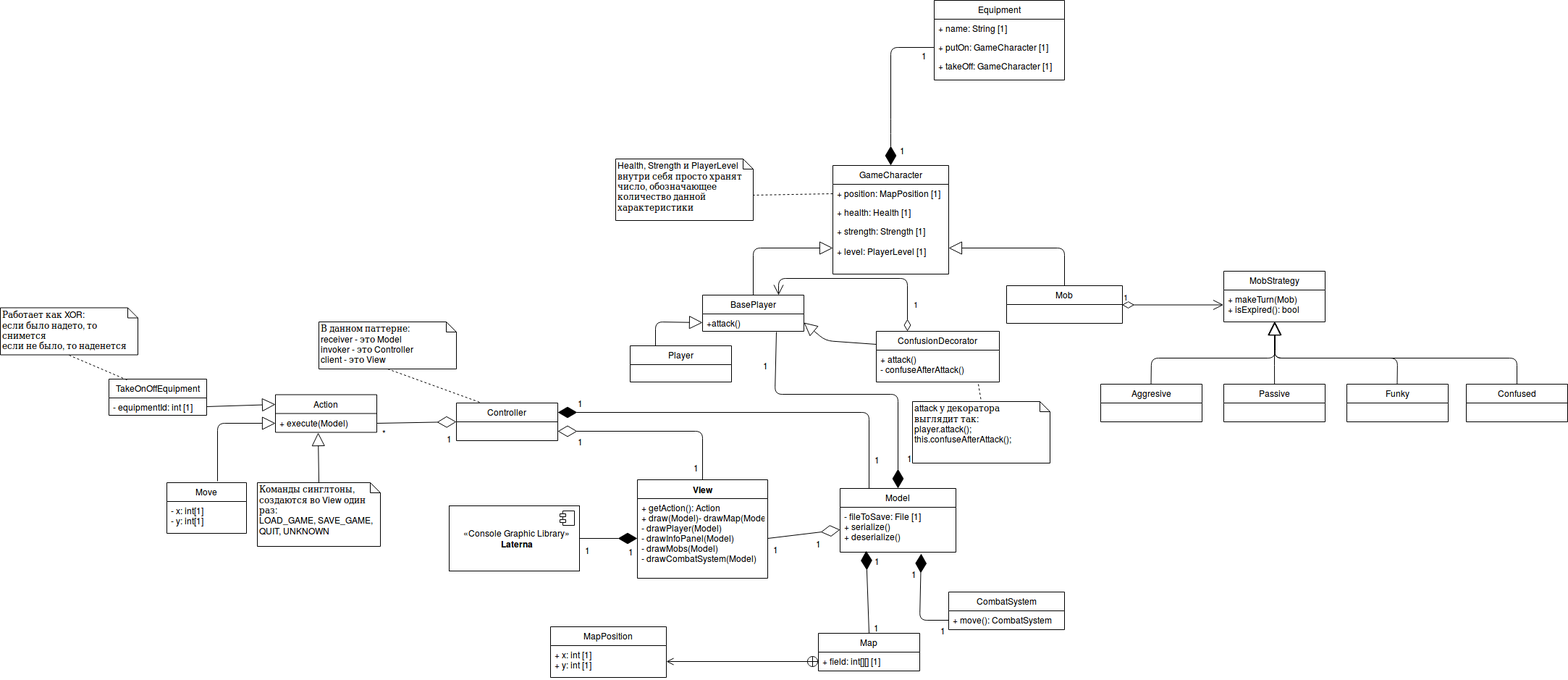
Earlier version of the draw.io export hw06/ClassDiagram.png (RamSaw/SoftwareDesign). Source tidied: cells renumbered, new cells last; positions are measured from the earlier drawing's top-left corner, leaving out a move shared by most shapes.
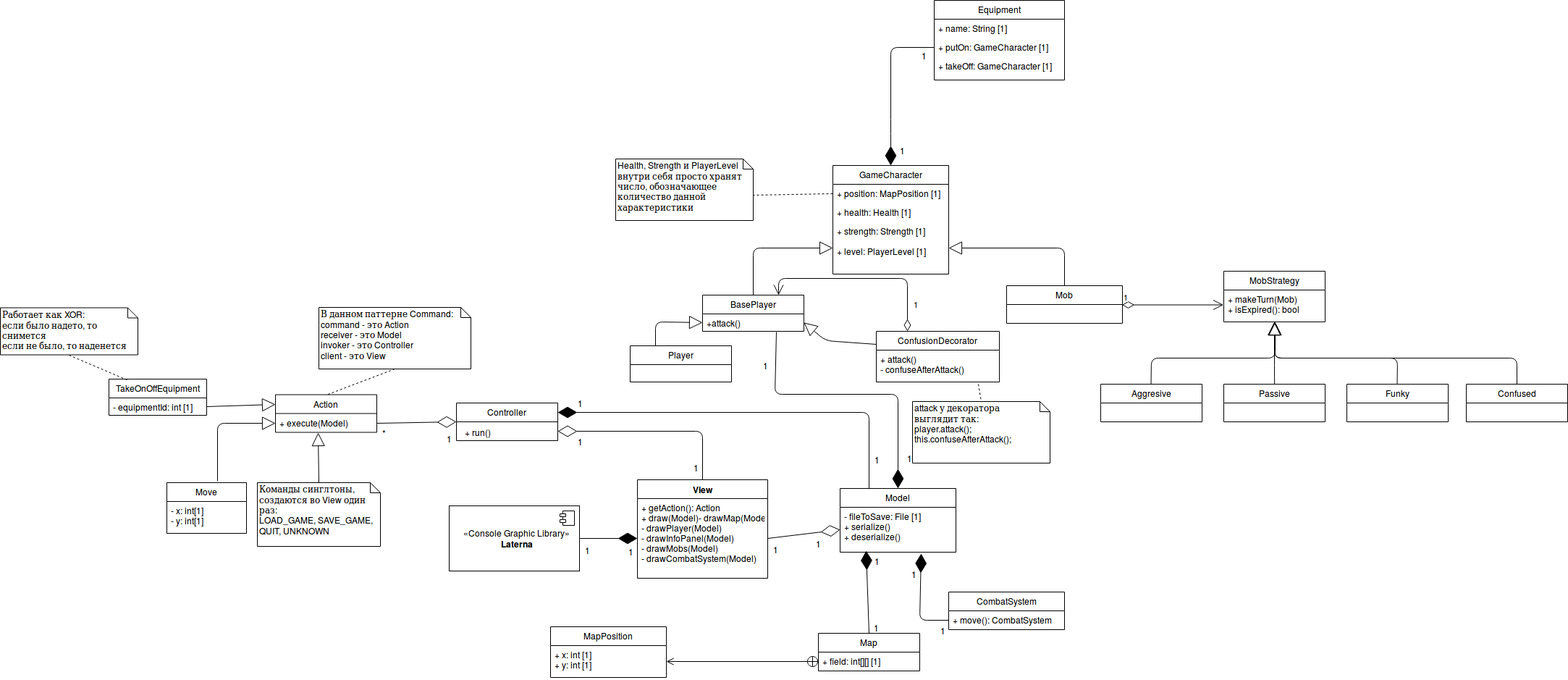
Later version of the same file.

Diff of the diagram source:
```diff
@@ -331,10 +331,10 @@
     <mxCell id="75" value="+ execute(Model)" style="text;strokeColor=none;fillColor=none;align=left;verticalAlign=top;spacingLeft=4;spacingRight=4;overflow=hidden;points=[[0,0.5],[1,0.5]];portConstraint=eastwest;" parent="74" vertex="1">
       <mxGeometry y="26" width="140" height="26" as="geometry" />
     </mxCell>
-    <mxCell id="76" value="В данном паттерне:&lt;div&gt;receiver - это Model&lt;/div&gt;&lt;div&gt;invoker - это Controller&lt;/div&gt;&lt;div&gt;client - это View&lt;br&gt;&lt;/div&gt;" style="shape=note;whiteSpace=wrap;html=1;size=14;verticalAlign=top;align=left;spacingTop=-6;" parent="1" vertex="1">
-      <mxGeometry x="440" y="444" width="190" height="65" as="geometry" />
+    <mxCell id="76" value="&lt;div&gt;В данном паттерне Command:&lt;/div&gt;&lt;div&gt;command - это Action&lt;br&gt;&lt;/div&gt;&lt;div&gt;receiver - это Model&lt;/div&gt;&lt;div&gt;invoker - это Controller&lt;/div&gt;&lt;div&gt;client - это View&lt;br&gt;&lt;/div&gt;" style="shape=note;whiteSpace=wrap;html=1;size=14;verticalAlign=top;align=left;spacingTop=-6;" parent="1" vertex="1">
+      <mxGeometry x="440" y="424" width="210" height="85" as="geometry" />
     </mxCell>
-    <mxCell id="77" style="endArrow=none;dashed=1;html=1;entryX=0.25;entryY=0;entryDx=0;entryDy=0;exitX=0.5;exitY=1;exitDx=0;exitDy=0;exitPerimeter=0;" parent="1" edge="1" source="76" target="47">
+    <mxCell id="77" style="endArrow=none;dashed=1;html=1;entryX=0.5;entryY=0;entryDx=0;entryDy=0;exitX=0.5;exitY=1;exitDx=0;exitDy=0;exitPerimeter=0;" parent="1" edge="1" source="76" target="74">
       <mxGeometry relative="1" as="geometry" />
     </mxCell>
     <mxCell id="78" style="endArrow=block;endSize=16;endFill=0;html=1;entryX=0;entryY=0.5;entryDx=0;entryDy=0;" parent="1" edge="1" target="75">
@@ -385,5 +385,8 @@
     <mxCell id="90" style="endArrow=none;dashed=1;html=1;entryX=0.2;entryY=0.04;entryDx=0;entryDy=0;exitX=0.5;exitY=1;exitDx=0;exitDy=0;exitPerimeter=0;entryPerimeter=0;" parent="1" edge="1" source="89" target="87">
       <mxGeometry relative="1" as="geometry" />
     </mxCell>
+    <mxCell id="91" value="+ run()" style="text;html=1;align=left;verticalAlign=top;spacingTop=-4;" parent="1" vertex="1">
+      <mxGeometry x="640" y="586.5" width="50" height="20" as="geometry" />
+    </mxCell>
   </root>
 </mxGraphModel>
```
